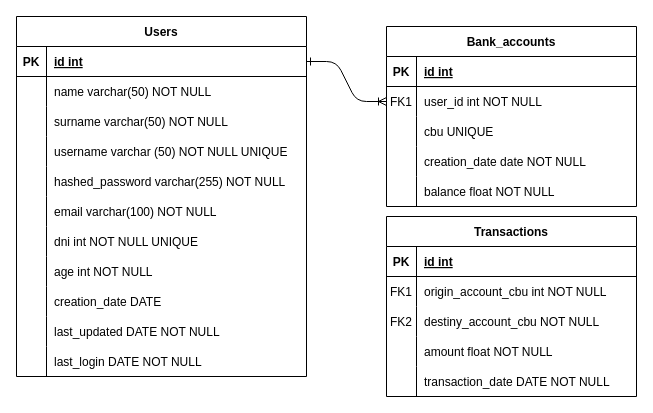
Before: docs/erd_bank.drawio in tomaszbk/fastapi-bank-web-application, a draw.io diagram. Source tidied: cells renumbered, new cells numbered last; positions are measured from the earlier drawing's top-left corner, leaving out a move shared by most shapes. Both pictures are drawn from the tidied source at 100%, with x=0, y=0 at pixel (16, 16).
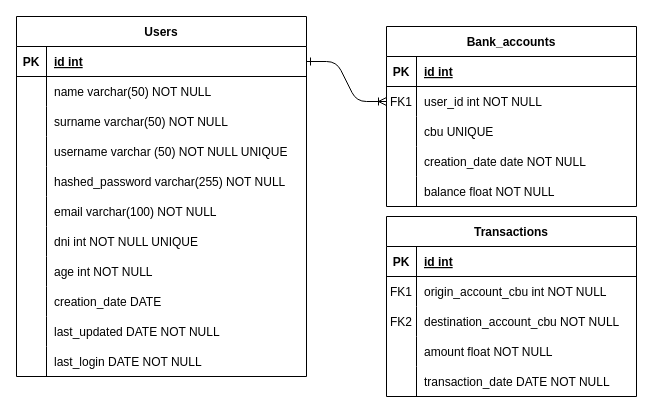
After the change.

The change refers to these unchanged cells:
```xml
<mxCell id="26" style="shape=tableRow;horizontal=0;startSize=0;swimlaneHead=0;swimlaneBody=0;fillColor=none;top=0;left=0;right=0;bottom=0;" parent="19" vertex="1">
  <mxGeometry y="90" width="250" height="30" as="geometry" />
</mxCell>
```

Change to the diagram source:
```diff
@@
-    <mxCell id="28" value="destiny_account_cbu NOT NULL" style="shape=partialRectangle;fillColor=none;top=0;left=0;bottom=0;right=0;align=left;spacingLeft=6;overflow=hidden;" parent="26" vertex="1">
+    <mxCell id="28" value="destination_account_cbu NOT NULL" style="shape=partialRectangle;fillColor=none;top=0;left=0;bottom=0;right=0;align=left;spacingLeft=6;overflow=hidden;" parent="26" vertex="1">
       <mxGeometry x="30" width="220" height="30" as="geometry" />
     </mxCell>
```
